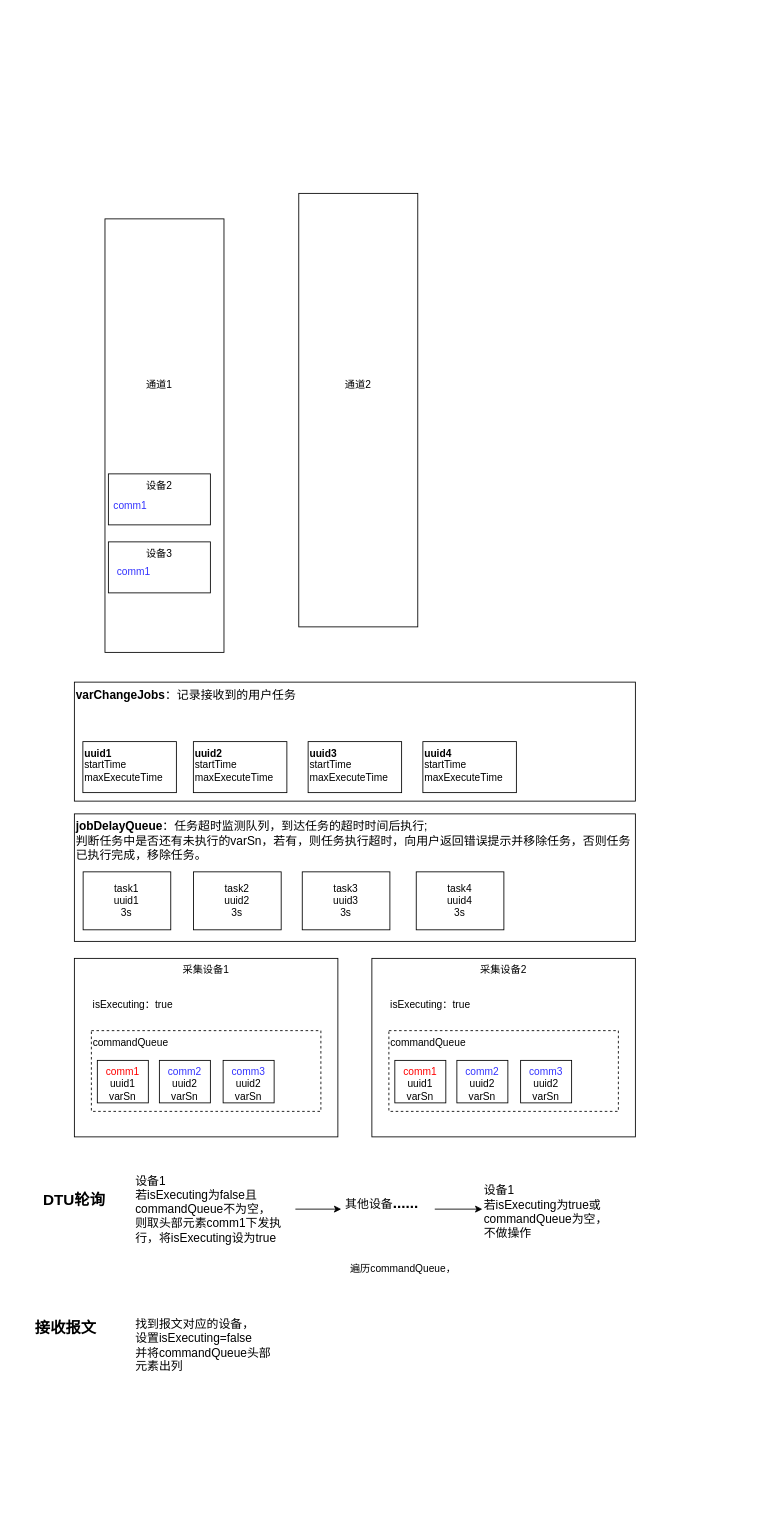
foreverfirst/draw keeps this draw.io diagram as 设备控制.drawio. Above is the earlier version. Source tidied: cells renumbered, new cells numbered last; positions are measured from the earlier drawing's top-left corner, leaving out a move shared by most shapes. Both pictures are drawn from the tidied source at 85%, with x=0, y=0 at pixel (23, 193).
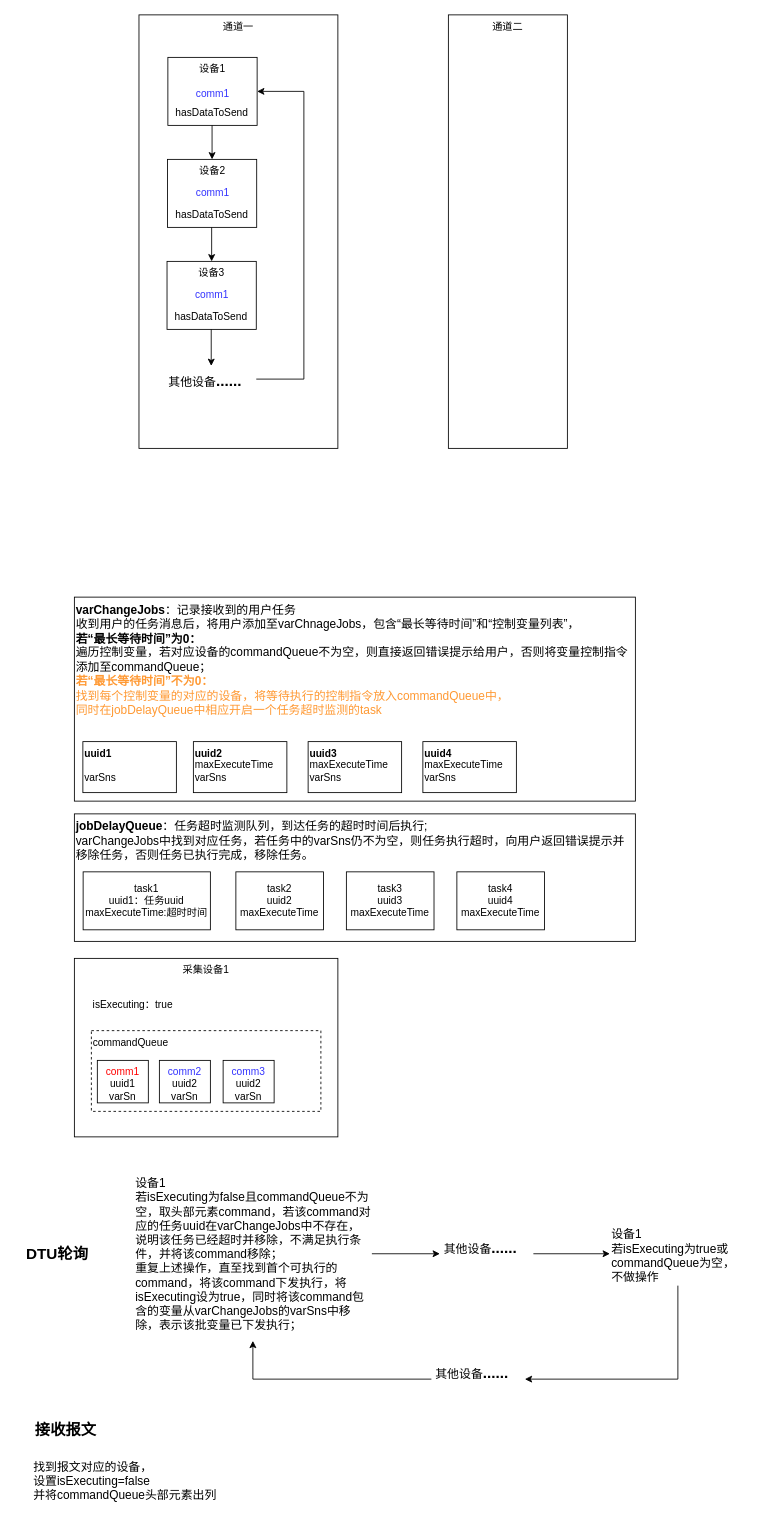
The same page after the edit.

Commit message:
更新设备控制.drawio

Unchanged cells that the change refers to:
```xml
<mxCell id="18" style="group;" parent="1" vertex="1">
  <mxGeometry x="60" y="605" width="660" height="110" as="geometry" />
</mxCell>
<mxCell id="41" style="group;" parent="1" vertex="1">
  <mxGeometry x="60" y="730" width="660" height="150" as="geometry" />
</mxCell>
```

Change to the diagram source:
```diff
@@
-    <mxCell id="2" style="rounded=0;whiteSpace=wrap;html=1;" parent="1" vertex="1">
-      <mxGeometry x="96" y="30" width="140" height="510" as="geometry" />
+    <mxCell id="2" value="通道一" style="rounded=0;whiteSpace=wrap;html=1;verticalAlign=top;" parent="1" vertex="1">
+      <mxGeometry x="136" y="-210" width="234" height="510" as="geometry" />
     </mxCell>
-    <mxCell id="3" style="rounded=0;whiteSpace=wrap;html=1;" parent="1" vertex="1">
-      <mxGeometry x="324" width="140" height="510" as="geometry" />
+    <mxCell id="3" value="通道二" style="rounded=0;whiteSpace=wrap;html=1;verticalAlign=top;" parent="1" vertex="1">
+      <mxGeometry x="500" y="-210" width="140" height="510" as="geometry" />
     </mxCell>
-    <mxCell id="4" value="通道1" style="text;html=1;strokeColor=none;fillColor=none;align=center;verticalAlign=middle;whiteSpace=wrap;rounded=0;" parent="1" vertex="1">
-      <mxGeometry x="130" y="210" width="60" height="30" as="geometry" />
-    </mxCell>
-    <mxCell id="5" value="通道2" style="text;html=1;strokeColor=none;fillColor=none;align=center;verticalAlign=middle;whiteSpace=wrap;rounded=0;" parent="1" vertex="1">
-      <mxGeometry x="364" y="210" width="60" height="30" as="geometry" />
-    </mxCell>
-    <mxCell id="6" value="设备2" style="rounded=0;whiteSpace=wrap;html=1;verticalAlign=top;" parent="1" vertex="1">
-      <mxGeometry x="100" y="330" width="120" height="60" as="geometry" />
-    </mxCell>
-    <mxCell id="7" value="设备3" style="rounded=0;whiteSpace=wrap;html=1;verticalAlign=top;" parent="1" vertex="1">
-      <mxGeometry x="100" y="410" width="120" height="60" as="geometry" />
-    </mxCell>
-    <mxCell id="8" value="&lt;font color=&quot;#3333ff&quot;&gt;comm1&lt;/font&gt;" style="text;html=1;strokeColor=none;fillColor=none;align=center;verticalAlign=middle;whiteSpace=wrap;rounded=0;" parent="1" vertex="1">
-      <mxGeometry x="96" y="353" width="60" height="30" as="geometry" />
-    </mxCell>
-    <mxCell id="9" value="&lt;font color=&quot;#3333ff&quot;&gt;comm1&lt;/font&gt;" style="text;html=1;strokeColor=none;fillColor=none;align=center;verticalAlign=middle;whiteSpace=wrap;rounded=0;" parent="1" vertex="1">
-      <mxGeometry x="100" y="430" width="60" height="30" as="geometry" />
-    </mxCell>
@@
     <mxCell id="11" value="DTU轮询" style="text;html=1;strokeColor=none;fillColor=none;align=center;verticalAlign=middle;whiteSpace=wrap;rounded=0;fontStyle=1;fontSize=18;" parent="1" vertex="1">
-      <mxGeometry x="10" y="1170" width="100" height="30" as="geometry" />
+      <mxGeometry x="-10" y="1232.5" width="100" height="30" as="geometry" />
     </mxCell>
@@
     <mxCell id="13" value="&lt;h1 style=&quot;&quot;&gt;&lt;span style=&quot;font-size: 14px; font-weight: 400;&quot;&gt;其他设备&lt;/span&gt;&lt;font style=&quot;font-size: 18px;&quot;&gt;......&lt;/font&gt;&lt;/h1&gt;" style="text;html=1;strokeColor=none;fillColor=none;spacing=5;spacingTop=-20;whiteSpace=wrap;overflow=hidden;rounded=0;verticalAlign=middle;" parent="1" vertex="1">
-      <mxGeometry x="374" y="1170" width="110" height="50" as="geometry" />
+      <mxGeometry x="490" y="1222.5" width="110" height="50" as="geometry" />
     </mxCell>
     <mxCell id="14" value="接收报文" style="text;html=1;strokeColor=none;fillColor=none;align=center;verticalAlign=middle;whiteSpace=wrap;rounded=0;fontStyle=1;fontSize=18;" parent="1" vertex="1">
-      <mxGeometry y="1320" width="100" height="30" as="geometry" />
+      <mxGeometry y="1440" width="100" height="30" as="geometry" />
     </mxCell>
     <mxCell id="15" value="找到报文对应的设备，&lt;br style=&quot;font-size: 14px;&quot;&gt;设置isExecuting=false&lt;br&gt;并将commandQueue头部元素出列" style="text;html=1;strokeColor=none;fillColor=none;align=left;verticalAlign=middle;whiteSpace=wrap;rounded=0;fontSize=14;" parent="1" vertex="1">
-      <mxGeometry x="130" y="1310" width="170" height="90" as="geometry" />
+      <mxGeometry x="10" y="1470" width="230" height="90" as="geometry" />
     </mxCell>
-    <mxCell id="16" value="设备1&lt;br&gt;若isExecuting为false且commandQueue不为空，&lt;br&gt;则取头部元素comm1下发执行，将isExecuting设为true" style="text;html=1;strokeColor=none;fillColor=none;align=left;verticalAlign=middle;whiteSpace=wrap;rounded=0;fontSize=14;" parent="1" vertex="1">
-      <mxGeometry x="130" y="1145" width="190" height="100" as="geometry" />
+    <mxCell id="16" value="设备1&lt;br&gt;若isExecuting为false且commandQueue不为空，取头部元素command，若该command对应的任务uuid在varChangeJobs中不存在，说明该任务已经超时并移除，不满足执行条件，并将该command移除；&lt;br&gt;重复上述操作，直至找到首个可执行的command，将该command下发执行，将isExecuting设为true，同时将该command包含的变量从&lt;span style=&quot;border-color: var(--border-color);&quot;&gt;varChangeJobs的varSns中移除，表示该批变量已下发执行；&lt;/span&gt;" style="text;html=1;strokeColor=none;fillColor=none;align=left;verticalAlign=middle;whiteSpace=wrap;rounded=0;fontSize=14;" parent="1" vertex="1">
+      <mxGeometry x="130" y="1145" width="280" height="205" as="geometry" />
     </mxCell>
+    <mxCell id="47" style="edgeStyle=orthogonalEdgeStyle;rounded=0;jettySize=auto;html=1;exitX=0.5;exitY=1;exitDx=0;exitDy=0;entryX=1;entryY=0.5;entryDx=0;entryDy=0;" parent="1" edge="1" source="17" target="49">
+      <mxGeometry relative="1" as="geometry" />
+    </mxCell>
     <mxCell id="17" value="设备1&lt;br&gt;若isExecuting为true或commandQueue为空，不做操作&lt;br&gt;" style="text;html=1;strokeColor=none;fillColor=none;align=left;verticalAlign=top;whiteSpace=wrap;rounded=0;fontSize=14;" parent="1" vertex="1">
-      <mxGeometry x="540" y="1157.5" width="160" height="75" as="geometry" />
+      <mxGeometry x="690" y="1210" width="160" height="75" as="geometry" />
     </mxCell>
@@
-    <mxCell id="19" value="&lt;font style=&quot;font-size: 14px;&quot;&gt;&lt;b&gt;varChangeJobs&lt;/b&gt;：记录接收到的用户任务&lt;br&gt;&lt;br&gt;&lt;br&gt;&lt;/font&gt;" style="rounded=0;whiteSpace=wrap;html=1;verticalAlign=top;align=left;" parent="18" vertex="1">
-      <mxGeometry y="-30" width="660" height="140" as="geometry" />
+    <mxCell id="19" value="&lt;font style=&quot;font-size: 14px;&quot;&gt;&lt;b&gt;varChangeJobs&lt;/b&gt;：记录接收到的用户任务&lt;br&gt;收到用户的任务消息后，将用户添加至varChnageJobs，包含“最长等待时间”和“控制变量列表”，&lt;br&gt;&lt;b&gt;若“最长等待时间”为0：&lt;br&gt;&lt;/b&gt;遍历控制变量，若对应设备的commandQueue不为空，则直接返回错误提示给用户，否则将变量控制指令添加至commandQueue；&lt;br&gt;&lt;font color=&quot;#ff9933&quot;&gt;&lt;b&gt;若“最长等待时间”不为0：&lt;br&gt;&lt;/b&gt;找到每个控制变量的对应的设备，将等待执行的控制指令放入commandQueue中，&lt;br&gt;同时在jobDelayQueue中相应开启一个任务超时监测的task&lt;/font&gt;&lt;br style=&quot;border-color: var(--border-color);&quot;&gt;&lt;br&gt;&lt;/font&gt;" style="rounded=0;whiteSpace=wrap;html=1;verticalAlign=top;align=left;" parent="18" vertex="1">
+      <mxGeometry y="-130" width="660" height="240" as="geometry" />
     </mxCell>
-    <mxCell id="20" value="&lt;b&gt;uuid1&lt;/b&gt;&lt;br&gt;startTime&lt;br&gt;maxExecuteTime" style="text;html=1;strokeColor=default;fillColor=none;align=left;verticalAlign=top;whiteSpace=wrap;rounded=0;" parent="18" vertex="1">
+    <mxCell id="20" value="&lt;b&gt;uuid1&lt;/b&gt;&lt;br&gt;&lt;br&gt;varSns" style="text;html=1;strokeColor=default;fillColor=none;align=left;verticalAlign=top;whiteSpace=wrap;rounded=0;" parent="18" vertex="1">
       <mxGeometry x="10" y="40" width="110" height="60" as="geometry" />
     </mxCell>
-    <mxCell id="21" value="&lt;b&gt;uuid2&lt;/b&gt;&lt;br&gt;startTime&lt;br&gt;maxExecuteTime" style="text;html=1;strokeColor=default;fillColor=none;align=left;verticalAlign=top;whiteSpace=wrap;rounded=0;" parent="18" vertex="1">
+    <mxCell id="21" value="&lt;b&gt;uuid2&lt;/b&gt;&lt;br&gt;maxExecuteTime&lt;br&gt;varSns" style="text;html=1;strokeColor=default;fillColor=none;align=left;verticalAlign=top;whiteSpace=wrap;rounded=0;" parent="18" vertex="1">
       <mxGeometry x="140" y="40" width="110" height="60" as="geometry" />
     </mxCell>
-    <mxCell id="22" value="&lt;b&gt;uuid3&lt;/b&gt;&lt;br&gt;startTime&lt;br&gt;maxExecuteTime" style="text;html=1;strokeColor=default;fillColor=none;align=left;verticalAlign=top;whiteSpace=wrap;rounded=0;" parent="18" vertex="1">
+    <mxCell id="22" value="&lt;b&gt;uuid3&lt;/b&gt;&lt;br&gt;maxExecuteTime&lt;br&gt;varSns" style="text;html=1;strokeColor=default;fillColor=none;align=left;verticalAlign=top;whiteSpace=wrap;rounded=0;" parent="18" vertex="1">
       <mxGeometry x="275" y="40" width="110" height="60" as="geometry" />
     </mxCell>
-    <mxCell id="23" value="&lt;b&gt;uuid4&lt;/b&gt;&lt;br&gt;startTime&lt;br&gt;maxExecuteTime" style="text;html=1;strokeColor=default;fillColor=none;align=left;verticalAlign=top;whiteSpace=wrap;rounded=0;" parent="18" vertex="1">
+    <mxCell id="23" value="&lt;b&gt;uuid4&lt;/b&gt;&lt;br&gt;maxExecuteTime&lt;br&gt;varSns" style="text;html=1;strokeColor=default;fillColor=none;align=left;verticalAlign=top;whiteSpace=wrap;rounded=0;" parent="18" vertex="1">
       <mxGeometry x="410" y="40" width="110" height="60" as="geometry" />
     </mxCell>
-    <mxCell id="24" value="遍历commandQueue，&lt;br&gt;" style="text;html=1;strokeColor=none;fillColor=none;align=center;verticalAlign=middle;whiteSpace=wrap;rounded=0;" parent="1" vertex="1">
-      <mxGeometry x="364" y="1250" width="166" height="30" as="geometry" />
-    </mxCell>
@@
-    <mxCell id="33" style="group;" parent="1" vertex="1">
-      <mxGeometry x="410" y="900" width="310" height="210" as="geometry" />
-    </mxCell>
-    <mxCell id="34" value="采集设备2" style="rounded=0;whiteSpace=wrap;html=1;verticalAlign=top;" parent="33" vertex="1">
-      <mxGeometry width="310" height="210" as="geometry" />
-    </mxCell>
-    <mxCell id="35" value="isExecuting：true" style="text;html=1;strokeColor=none;fillColor=none;align=center;verticalAlign=middle;whiteSpace=wrap;rounded=0;" parent="33" vertex="1">
-      <mxGeometry x="14" y="40" width="110" height="30" as="geometry" />
-    </mxCell>
-    <mxCell id="36" style="group;" parent="33" vertex="1">
-      <mxGeometry x="20" y="85" width="270" height="95" as="geometry" />
-    </mxCell>
-    <mxCell id="37" value="commandQueue" style="rounded=0;whiteSpace=wrap;html=1;align=left;verticalAlign=top;dashed=1;" parent="36" vertex="1">
-      <mxGeometry width="270" height="95" as="geometry" />
-    </mxCell>
-    <mxCell id="38" value="&lt;font color=&quot;#3333ff&quot;&gt;comm2&lt;br&gt;&lt;/font&gt;uuid2&lt;br&gt;varSn&lt;font color=&quot;#3333ff&quot;&gt;&lt;br&gt;&lt;/font&gt;" style="text;html=1;strokeColor=default;fillColor=none;align=center;verticalAlign=top;whiteSpace=wrap;rounded=0;" parent="36" vertex="1">
-      <mxGeometry x="80" y="35" width="60" height="50" as="geometry" />
-    </mxCell>
-    <mxCell id="39" value="&lt;font&gt;comm1&lt;br&gt;&lt;font color=&quot;#000000&quot;&gt;uuid1&lt;br&gt;varSn&lt;/font&gt;&lt;br&gt;&lt;/font&gt;" style="text;html=1;strokeColor=default;fillColor=none;align=center;verticalAlign=top;whiteSpace=wrap;rounded=0;fontColor=#FF0000;" parent="36" vertex="1">
-      <mxGeometry x="7" y="35" width="60" height="50" as="geometry" />
-    </mxCell>
-    <mxCell id="40" value="&lt;font color=&quot;#3333ff&quot;&gt;comm3&lt;br&gt;&lt;/font&gt;uuid2&lt;br&gt;varSn&lt;font color=&quot;#3333ff&quot;&gt;&lt;br&gt;&lt;/font&gt;" style="text;html=1;strokeColor=default;fillColor=none;align=center;verticalAlign=top;whiteSpace=wrap;rounded=0;" parent="36" vertex="1">
-      <mxGeometry x="155" y="35" width="60" height="50" as="geometry" />
-    </mxCell>
@@
-    <mxCell id="42" value="&lt;font style=&quot;font-size: 14px;&quot;&gt;&lt;b&gt;jobDelayQueue&lt;/b&gt;：任务超时监测队列，到达任务的超时时间后执行;&lt;br&gt;判断任务中是否还有未执行的varSn，若有，则任务执行超时，向用户返回错误提示并移除任务，否则任务已执行完成，移除任务。&lt;/font&gt;" style="rounded=0;whiteSpace=wrap;html=1;align=left;verticalAlign=top;" parent="41" vertex="1">
+    <mxCell id="42" value="&lt;font style=&quot;font-size: 14px;&quot;&gt;&lt;b&gt;jobDelayQueue&lt;/b&gt;：任务超时监测队列，到达任务的超时时间后执行;&lt;br&gt;&lt;span style=&quot;border-color: var(--border-color);&quot;&gt;varChangeJobs中找到对应任务，若&lt;/span&gt;任务中的varSns仍不为空，则任务执行超时，向用户返回错误提示并移除任务，否则任务已执行完成，移除任务。&lt;/font&gt;" style="rounded=0;whiteSpace=wrap;html=1;align=left;verticalAlign=top;" parent="41" vertex="1">
       <mxGeometry width="660" height="150" as="geometry" />
     </mxCell>
-    <mxCell id="43" value="task1&lt;br&gt;uuid1&lt;br&gt;3s" style="rounded=0;whiteSpace=wrap;html=1;" parent="41" vertex="1">
-      <mxGeometry x="10.3" y="68.2" width="103.1" height="68.2" as="geometry" />
+    <mxCell id="43" value="task1&lt;br&gt;uuid1：任务uuid&lt;br&gt;maxExecuteTime:超时时间" style="rounded=0;whiteSpace=wrap;html=1;align=center;" parent="41" vertex="1">
+      <mxGeometry x="10.3" y="68.2" width="149.7" height="68.2" as="geometry" />
     </mxCell>
-    <mxCell id="44" value="task4&lt;br&gt;uuid4&lt;br&gt;3s" style="rounded=0;whiteSpace=wrap;html=1;" parent="41" vertex="1">
-      <mxGeometry x="402.2" y="68.2" width="103.1" height="68.2" as="geometry" />
+    <mxCell id="44" value="task4&lt;br&gt;uuid4&lt;br&gt;maxExecuteTime" style="rounded=0;whiteSpace=wrap;html=1;" parent="41" vertex="1">
+      <mxGeometry x="450" y="68.2" width="103.1" height="68.2" as="geometry" />
     </mxCell>
-    <mxCell id="45" value="task2&lt;br&gt;uuid2&lt;br style=&quot;border-color: var(--border-color);&quot;&gt;3s" style="rounded=0;whiteSpace=wrap;html=1;" parent="41" vertex="1">
-      <mxGeometry x="140.2" y="68.2" width="103.1" height="68.2" as="geometry" />
+    <mxCell id="45" value="task2&lt;br&gt;uuid2&lt;br style=&quot;border-color: var(--border-color);&quot;&gt;maxExecuteTime" style="rounded=0;whiteSpace=wrap;html=1;" parent="41" vertex="1">
+      <mxGeometry x="190" y="68.2" width="103.1" height="68.2" as="geometry" />
     </mxCell>
-    <mxCell id="46" value="task3&lt;br&gt;uuid3&lt;br style=&quot;border-color: var(--border-color);&quot;&gt;3s" style="rounded=0;whiteSpace=wrap;html=1;" parent="41" vertex="1">
-      <mxGeometry x="268.1" y="68.2" width="103.1" height="68.2" as="geometry" />
+    <mxCell id="46" value="task3&lt;br&gt;uuid3&lt;br style=&quot;border-color: var(--border-color);&quot;&gt;maxExecuteTime" style="rounded=0;whiteSpace=wrap;html=1;" parent="41" vertex="1">
+      <mxGeometry x="320" y="68.2" width="103.1" height="68.2" as="geometry" />
     </mxCell>
+    <mxCell id="48" style="edgeStyle=orthogonalEdgeStyle;rounded=0;jettySize=auto;html=1;entryX=0.5;entryY=1;entryDx=0;entryDy=0;" parent="1" edge="1" source="49" target="16">
+      <mxGeometry relative="1" as="geometry" />
+    </mxCell>
+    <mxCell id="49" value="&lt;h1 style=&quot;&quot;&gt;&lt;span style=&quot;font-size: 14px; font-weight: 400;&quot;&gt;其他设备&lt;/span&gt;&lt;font style=&quot;font-size: 18px;&quot;&gt;......&lt;/font&gt;&lt;/h1&gt;" style="text;html=1;strokeColor=none;fillColor=none;spacing=5;spacingTop=-20;whiteSpace=wrap;overflow=hidden;rounded=0;verticalAlign=middle;" parent="1" vertex="1">
+      <mxGeometry x="480" y="1370" width="110" height="50" as="geometry" />
+    </mxCell>
+    <mxCell id="50" style="group;" parent="1" vertex="1">
+      <mxGeometry x="169.5" y="-40" width="105" height="80" as="geometry" />
+    </mxCell>
+    <mxCell id="6" value="设备2" style="rounded=0;whiteSpace=wrap;html=1;verticalAlign=top;" parent="50" vertex="1">
+      <mxGeometry width="105" height="80" as="geometry" />
+    </mxCell>
+    <mxCell id="8" value="&lt;font color=&quot;#3333ff&quot;&gt;comm1&lt;/font&gt;" style="text;html=1;strokeColor=none;fillColor=none;align=center;verticalAlign=middle;whiteSpace=wrap;rounded=0;" parent="50" vertex="1">
+      <mxGeometry x="23" y="25" width="60" height="30" as="geometry" />
+    </mxCell>
+    <mxCell id="9" value="&lt;div style=&quot;&quot;&gt;&lt;pre style=&quot;&quot;&gt;&lt;font face=&quot;Helvetica&quot; style=&quot;font-size: 12px;&quot;&gt;hasDataToSend&lt;/font&gt;&lt;/pre&gt;&lt;/div&gt;" style="text;html=1;strokeColor=none;fillColor=none;align=center;verticalAlign=middle;whiteSpace=wrap;rounded=0;" parent="50" vertex="1">
+      <mxGeometry x="2" y="50" width="100" height="30" as="geometry" />
+    </mxCell>
+    <mxCell id="51" style="group;" parent="1" vertex="1">
+      <mxGeometry x="170" y="-160" width="105" height="80" as="geometry" />
+    </mxCell>
+    <mxCell id="52" value="设备1" style="rounded=0;whiteSpace=wrap;html=1;verticalAlign=top;" parent="51" vertex="1">
+      <mxGeometry width="105" height="80" as="geometry" />
+    </mxCell>
+    <mxCell id="53" value="&lt;font color=&quot;#3333ff&quot;&gt;comm1&lt;/font&gt;" style="text;html=1;strokeColor=none;fillColor=none;align=center;verticalAlign=middle;whiteSpace=wrap;rounded=0;" parent="51" vertex="1">
+      <mxGeometry x="23" y="30" width="60" height="25" as="geometry" />
+    </mxCell>
+    <mxCell id="54" value="&lt;div style=&quot;&quot;&gt;&lt;pre style=&quot;&quot;&gt;&lt;font face=&quot;Helvetica&quot; style=&quot;font-size: 12px;&quot;&gt;hasDataToSend&lt;/font&gt;&lt;/pre&gt;&lt;/div&gt;" style="text;html=1;strokeColor=none;fillColor=none;align=center;verticalAlign=middle;whiteSpace=wrap;rounded=0;" parent="51" vertex="1">
+      <mxGeometry x="2" y="50" width="100" height="30" as="geometry" />
+    </mxCell>
+    <mxCell id="55" style="group;" parent="1" vertex="1">
+      <mxGeometry x="169" y="80" width="105" height="80" as="geometry" />
+    </mxCell>
+    <mxCell id="7" value="设备3" style="rounded=0;whiteSpace=wrap;html=1;verticalAlign=top;" parent="55" vertex="1">
+      <mxGeometry width="105" height="80" as="geometry" />
+    </mxCell>
+    <mxCell id="56" value="&lt;font color=&quot;#3333ff&quot;&gt;comm1&lt;/font&gt;" style="text;html=1;strokeColor=none;fillColor=none;align=center;verticalAlign=middle;whiteSpace=wrap;rounded=0;" parent="55" vertex="1">
+      <mxGeometry x="23" y="25" width="60" height="30" as="geometry" />
+    </mxCell>
+    <mxCell id="57" value="&lt;div style=&quot;&quot;&gt;&lt;pre style=&quot;&quot;&gt;&lt;font face=&quot;Helvetica&quot; style=&quot;font-size: 12px;&quot;&gt;hasDataToSend&lt;/font&gt;&lt;/pre&gt;&lt;/div&gt;" style="text;html=1;strokeColor=none;fillColor=none;align=center;verticalAlign=middle;whiteSpace=wrap;rounded=0;" parent="55" vertex="1">
+      <mxGeometry x="2" y="50" width="100" height="30" as="geometry" />
+    </mxCell>
+    <mxCell id="58" style="edgeStyle=orthogonalEdgeStyle;rounded=0;jettySize=auto;html=1;exitX=0.5;exitY=1;exitDx=0;exitDy=0;" parent="1" edge="1" source="54" target="6">
+      <mxGeometry relative="1" as="geometry" />
+    </mxCell>
+    <mxCell id="59" style="edgeStyle=orthogonalEdgeStyle;rounded=0;jettySize=auto;html=1;" parent="1" edge="1" source="9" target="7">
+      <mxGeometry relative="1" as="geometry" />
+    </mxCell>
+    <mxCell id="60" style="edgeStyle=orthogonalEdgeStyle;rounded=0;jettySize=auto;html=1;entryX=1;entryY=0.5;entryDx=0;entryDy=0;" parent="1" edge="1" target="52">
+      <mxGeometry relative="1" as="geometry">
+        <mxPoint x="274" y="218.5" as="sourcePoint" />
+        <Array as="points">
+          <mxPoint x="330" y="219" />
+          <mxPoint x="330" y="-120" />
+        </Array>
+      </mxGeometry>
+    </mxCell>
+    <mxCell id="61" value="&lt;h1 style=&quot;&quot;&gt;&lt;span style=&quot;font-size: 14px; font-weight: 400;&quot;&gt;其他设备&lt;/span&gt;&lt;font style=&quot;font-size: 18px;&quot;&gt;......&lt;/font&gt;&lt;/h1&gt;" style="text;html=1;strokeColor=none;fillColor=none;spacing=5;spacingTop=-20;whiteSpace=wrap;overflow=hidden;rounded=0;verticalAlign=middle;" parent="1" vertex="1">
+      <mxGeometry x="166" y="203" width="110" height="50" as="geometry" />
+    </mxCell>
+    <mxCell id="62" style="edgeStyle=orthogonalEdgeStyle;rounded=0;jettySize=auto;html=1;exitX=0.5;exitY=1;exitDx=0;exitDy=0;" parent="1" edge="1" source="57" target="61">
+      <mxGeometry relative="1" as="geometry" />
+    </mxCell>
```
